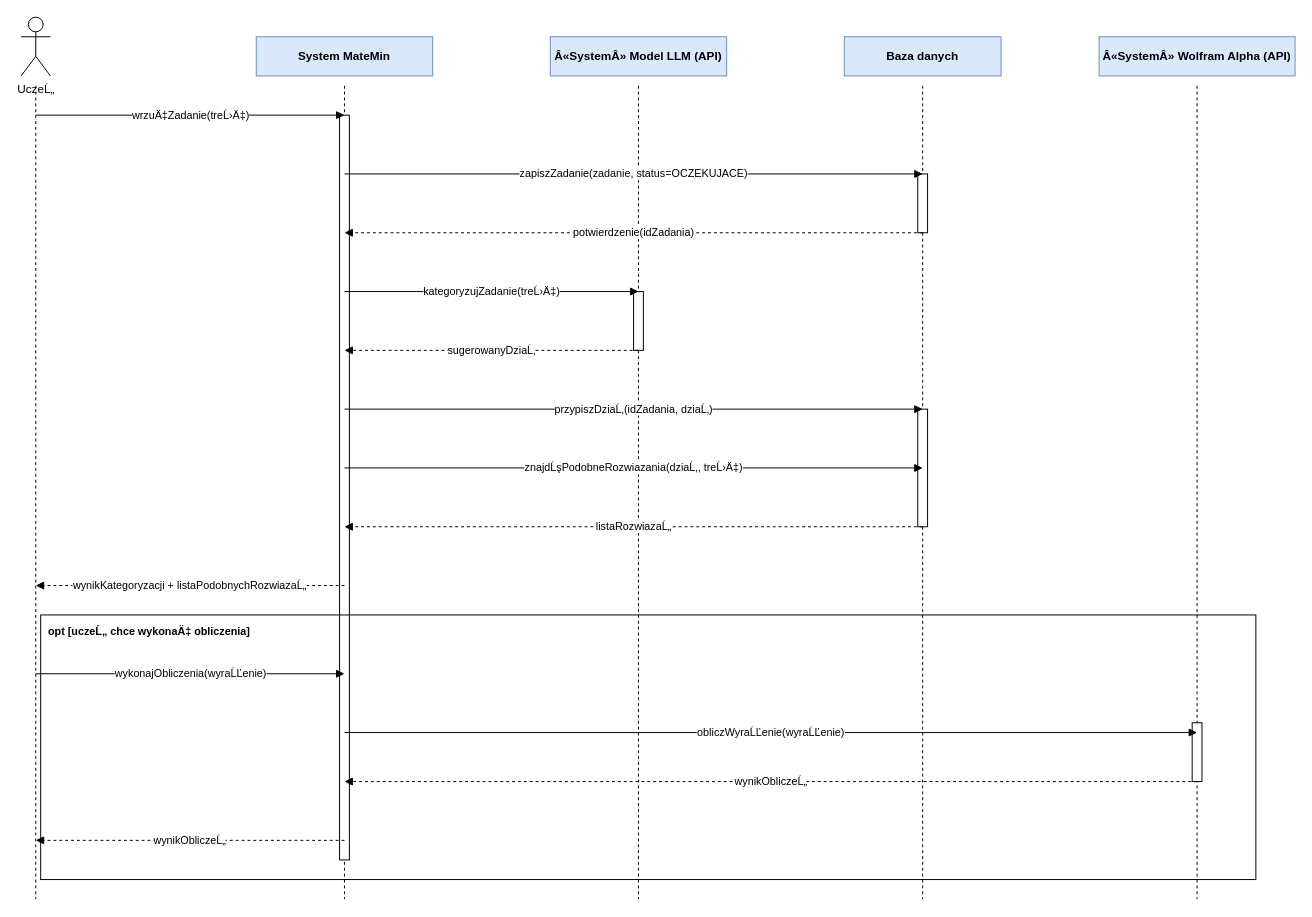
Above: docs/diagrams/sequence-diagram.drawio in Pluciarz/matemin (draw.io), before the change. Source tidied: cells renumbered, new cells numbered last; positions are measured from the earlier drawing's top-left corner, leaving out a move shared by most shapes. Both pictures are drawn from the tidied source at 98%, with x=0, y=0 at pixel (21, 17).
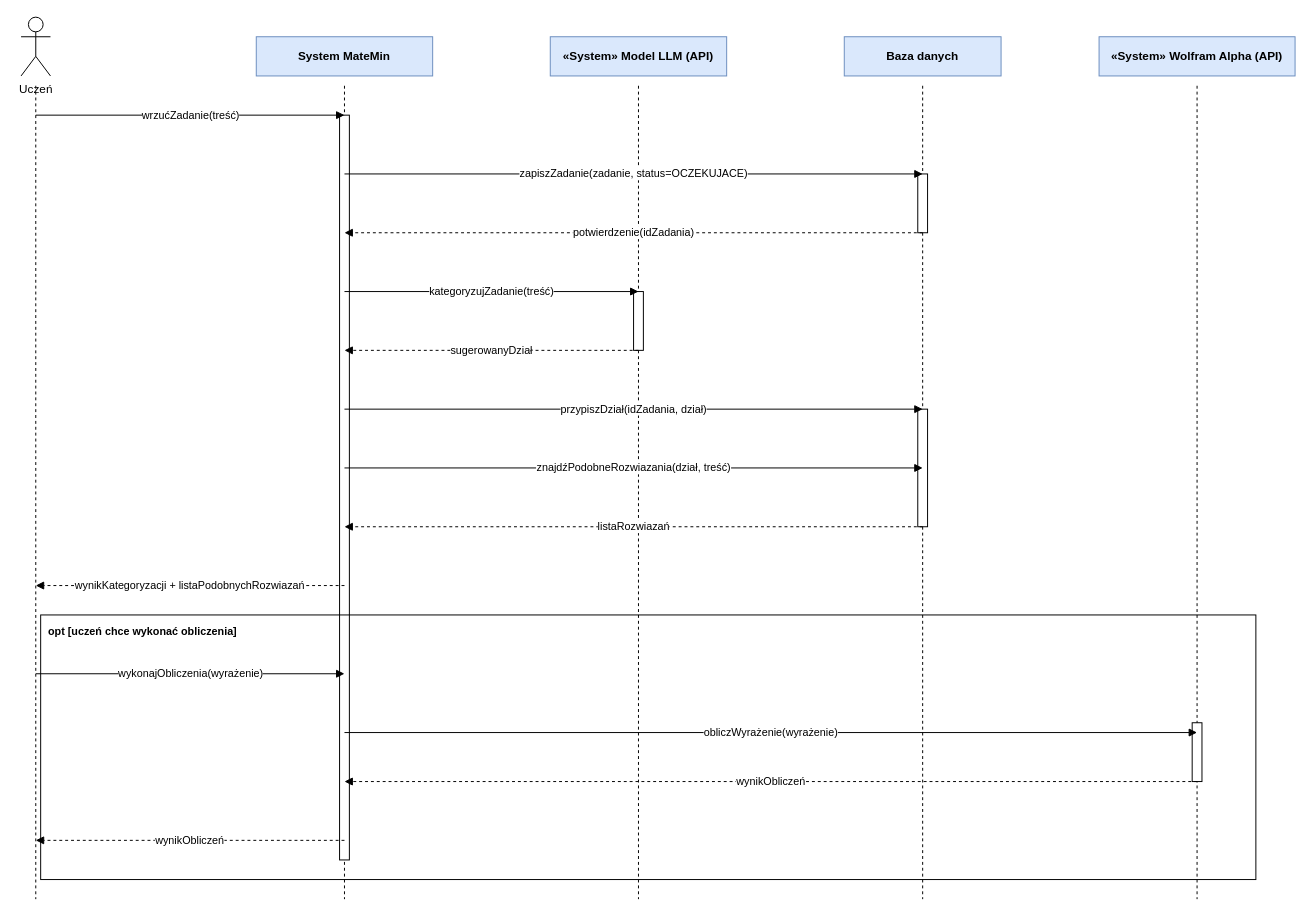
The same page after the edit.

The edit, as a diff of the source:
```diff
@@
-    <mxCell id="2" value="UczeĹ„" style="shape=umlActor;verticalLabelPosition=bottom;verticalAlign=top;html=1;" parent="1" vertex="1">
+    <mxCell id="2" value="Uczeń" style="shape=umlActor;verticalLabelPosition=bottom;verticalAlign=top;html=1;" parent="1" vertex="1">
       <mxGeometry width="30" height="60" as="geometry" />
     </mxCell>
@@
-    <mxCell id="6" value="Â«SystemÂ» Model LLM (API)" style="rounded=0;whiteSpace=wrap;html=1;fillColor=#dae8fc;strokeColor=#6c8ebf;fontStyle=1;" parent="1" vertex="1">
+    <mxCell id="6" value="«System» Model LLM (API)" style="rounded=0;whiteSpace=wrap;html=1;fillColor=#dae8fc;strokeColor=#6c8ebf;fontStyle=1;" parent="1" vertex="1">
       <mxGeometry x="540" y="20" width="180" height="40" as="geometry" />
     </mxCell>
@@
-    <mxCell id="10" value="Â«SystemÂ» Wolfram Alpha (API)" style="rounded=0;whiteSpace=wrap;html=1;fillColor=#dae8fc;strokeColor=#6c8ebf;fontStyle=1;" parent="1" vertex="1">
+    <mxCell id="10" value="«System» Wolfram Alpha (API)" style="rounded=0;whiteSpace=wrap;html=1;fillColor=#dae8fc;strokeColor=#6c8ebf;fontStyle=1;" parent="1" vertex="1">
       <mxGeometry x="1100" y="20" width="200" height="40" as="geometry" />
     </mxCell>
@@
-    <mxCell id="17" value="wrzuÄ‡Zadanie(treĹ›Ä‡)" style="html=1;endArrow=block;endFill=1;fontSize=11;" parent="1" edge="1">
+    <mxCell id="17" value="wrzućZadanie(treść)" style="html=1;endArrow=block;endFill=1;fontSize=11;" parent="1" edge="1">
       <mxGeometry relative="1" as="geometry">
         <mxPoint x="15" y="100" as="sourcePoint" />
         <mxPoint x="330" y="100" as="targetPoint" />
       </mxGeometry>
     </mxCell>
@@
-    <mxCell id="20" value="kategoryzujZadanie(treĹ›Ä‡)" style="html=1;endArrow=block;endFill=1;fontSize=11;" parent="1" edge="1">
+    <mxCell id="20" value="kategoryzujZadanie(treść)" style="html=1;endArrow=block;endFill=1;fontSize=11;" parent="1" edge="1">
       <mxGeometry relative="1" as="geometry">
         <mxPoint x="330" y="280" as="sourcePoint" />
         <mxPoint x="630" y="280" as="targetPoint" />
       </mxGeometry>
     </mxCell>
-    <mxCell id="21" value="sugerowanyDziaĹ‚" style="html=1;endArrow=block;endFill=1;fontSize=11;dashed=1;" parent="1" edge="1">
+    <mxCell id="21" value="sugerowanyDział" style="html=1;endArrow=block;endFill=1;fontSize=11;dashed=1;" parent="1" edge="1">
       <mxGeometry relative="1" as="geometry">
         <mxPoint x="630" y="340" as="sourcePoint" />
         <mxPoint x="330" y="340" as="targetPoint" />
       </mxGeometry>
     </mxCell>
-    <mxCell id="22" value="przypiszDziaĹ‚(idZadania, dziaĹ‚)" style="html=1;endArrow=block;endFill=1;fontSize=11;" parent="1" edge="1">
+    <mxCell id="22" value="przypiszDział(idZadania, dział)" style="html=1;endArrow=block;endFill=1;fontSize=11;" parent="1" edge="1">
       <mxGeometry relative="1" as="geometry">
         <mxPoint x="330" y="400" as="sourcePoint" />
         <mxPoint x="920" y="400" as="targetPoint" />
       </mxGeometry>
     </mxCell>
-    <mxCell id="23" value="znajdĹşPodobneRozwiazania(dziaĹ‚, treĹ›Ä‡)" style="html=1;endArrow=block;endFill=1;fontSize=11;" parent="1" edge="1">
+    <mxCell id="23" value="znajdźPodobneRozwiazania(dział, treść)" style="html=1;endArrow=block;endFill=1;fontSize=11;" parent="1" edge="1">
       <mxGeometry relative="1" as="geometry">
         <mxPoint x="330" y="460" as="sourcePoint" />
         <mxPoint x="920" y="460" as="targetPoint" />
       </mxGeometry>
     </mxCell>
-    <mxCell id="24" value="listaRozwiazaĹ„" style="html=1;endArrow=block;endFill=1;fontSize=11;dashed=1;" parent="1" edge="1">
+    <mxCell id="24" value="listaRozwiazań" style="html=1;endArrow=block;endFill=1;fontSize=11;dashed=1;" parent="1" edge="1">
       <mxGeometry relative="1" as="geometry">
         <mxPoint x="920" y="520" as="sourcePoint" />
         <mxPoint x="330" y="520" as="targetPoint" />
       </mxGeometry>
     </mxCell>
-    <mxCell id="25" value="wynikKategoryzacji + listaPodobnychRozwiazaĹ„" style="html=1;endArrow=block;endFill=1;fontSize=11;dashed=1;" parent="1" edge="1">
+    <mxCell id="25" value="wynikKategoryzacji + listaPodobnychRozwiazań" style="html=1;endArrow=block;endFill=1;fontSize=11;dashed=1;" parent="1" edge="1">
       <mxGeometry relative="1" as="geometry">
         <mxPoint x="330" y="580" as="sourcePoint" />
         <mxPoint x="15" y="580" as="targetPoint" />
       </mxGeometry>
     </mxCell>
-    <mxCell id="26" value="opt   [uczeĹ„ chce wykonaÄ‡ obliczenia]" style="rounded=0;whiteSpace=wrap;html=1;verticalAlign=top;align=left;fillColor=none;strokeColor=#000000;spacingLeft=6;spacingTop=4;fontStyle=1;fontSize=11;" parent="1" vertex="1">
+    <mxCell id="26" value="opt   [uczeń chce wykonać obliczenia]" style="rounded=0;whiteSpace=wrap;html=1;verticalAlign=top;align=left;fillColor=none;strokeColor=#000000;spacingLeft=6;spacingTop=4;fontStyle=1;fontSize=11;" parent="1" vertex="1">
       <mxGeometry x="20" y="610" width="1240" height="270" as="geometry" />
     </mxCell>
-    <mxCell id="27" value="wykonajObliczenia(wyraĹĽenie)" style="html=1;endArrow=block;endFill=1;fontSize=11;" parent="1" edge="1">
+    <mxCell id="27" value="wykonajObliczenia(wyrażenie)" style="html=1;endArrow=block;endFill=1;fontSize=11;" parent="1" edge="1">
       <mxGeometry relative="1" as="geometry">
         <mxPoint x="15" y="670" as="sourcePoint" />
         <mxPoint x="330" y="670" as="targetPoint" />
       </mxGeometry>
     </mxCell>
-    <mxCell id="28" value="obliczWyraĹĽenie(wyraĹĽenie)" style="html=1;endArrow=block;endFill=1;fontSize=11;" parent="1" edge="1">
+    <mxCell id="28" value="obliczWyrażenie(wyrażenie)" style="html=1;endArrow=block;endFill=1;fontSize=11;" parent="1" edge="1">
       <mxGeometry relative="1" as="geometry">
         <mxPoint x="330" y="730" as="sourcePoint" />
         <mxPoint x="1200" y="730" as="targetPoint" />
       </mxGeometry>
     </mxCell>
-    <mxCell id="29" value="wynikObliczeĹ„" style="html=1;endArrow=block;endFill=1;fontSize=11;dashed=1;" parent="1" edge="1">
+    <mxCell id="29" value="wynikObliczeń" style="html=1;endArrow=block;endFill=1;fontSize=11;dashed=1;" parent="1" edge="1">
       <mxGeometry relative="1" as="geometry">
         <mxPoint x="1200" y="780" as="sourcePoint" />
         <mxPoint x="330" y="780" as="targetPoint" />
       </mxGeometry>
     </mxCell>
-    <mxCell id="30" value="wynikObliczeĹ„" style="html=1;endArrow=block;endFill=1;fontSize=11;dashed=1;" parent="1" edge="1">
+    <mxCell id="30" value="wynikObliczeń" style="html=1;endArrow=block;endFill=1;fontSize=11;dashed=1;" parent="1" edge="1">
       <mxGeometry relative="1" as="geometry">
         <mxPoint x="330" y="840" as="sourcePoint" />
         <mxPoint x="15" y="840" as="targetPoint" />
       </mxGeometry>
     </mxCell>
```
